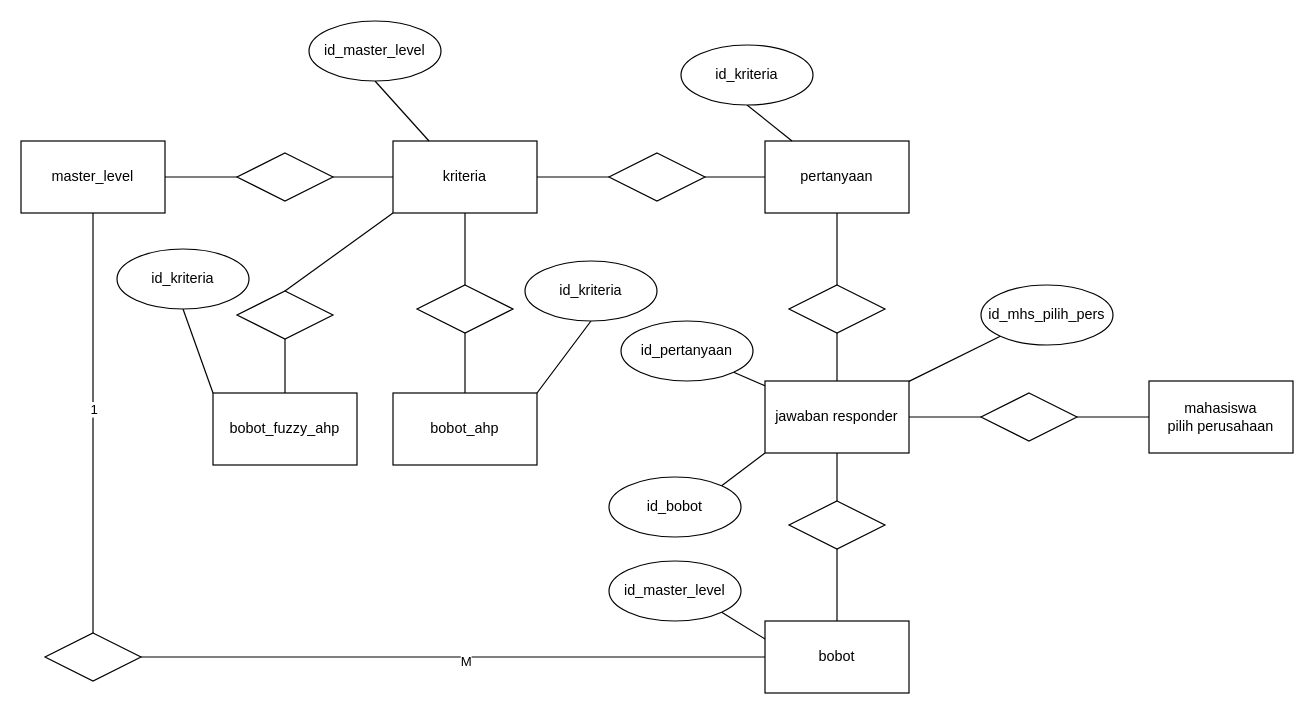
Earlier version of the draw.io diagram ERD Kuesioner Simprakerin.drawio (widiu7omo/si-prakerin). Source tidied: cells renumbered, new cells numbered last; positions are measured from the earlier drawing's top-left corner, leaving out a move shared by most shapes. Both pictures are drawn from the tidied source at 120%, with x=0, y=0 at pixel (20, 20).
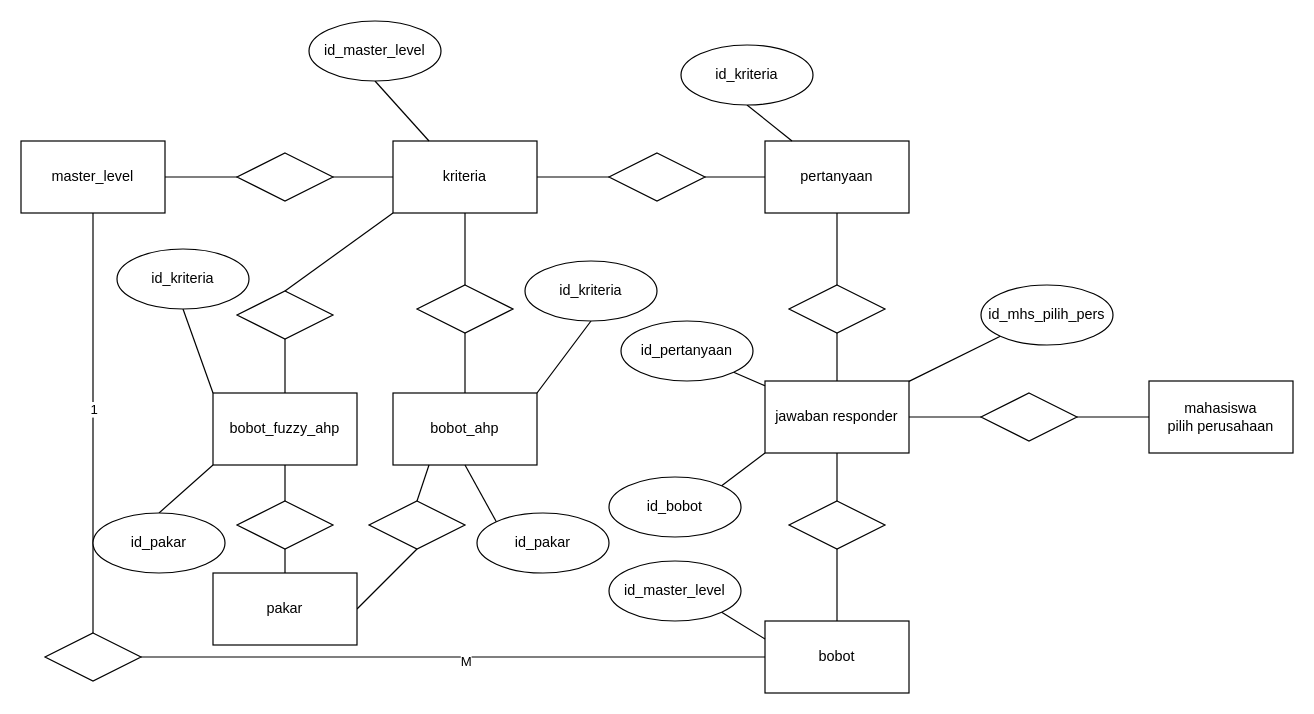
Above is the later version.

The change refers to these unchanged cells:
```xml
<mxCell id="35" value="bobot_ahp" style="rounded=0;whiteSpace=wrap;html=1;" parent="1" vertex="1">
  <mxGeometry x="310" y="310" width="120" height="60" as="geometry" />
</mxCell>
<mxCell id="39" value="bobot_fuzzy_ahp" style="rounded=0;whiteSpace=wrap;html=1;" parent="1" vertex="1">
  <mxGeometry x="160" y="310" width="120" height="60" as="geometry" />
</mxCell>
```

Change to the diagram source:
```diff
@@
+    <mxCell id="52" style="edgeStyle=none;rounded=0;jettySize=auto;html=1;exitX=1;exitY=0.5;exitDx=0;exitDy=0;entryX=0.5;entryY=1;entryDx=0;entryDy=0;endArrow=none;endFill=0;" parent="1" edge="1" source="53" target="62">
+      <mxGeometry relative="1" as="geometry" />
+    </mxCell>
+    <mxCell id="53" value="pakar" style="rounded=0;whiteSpace=wrap;html=1;" parent="1" vertex="1">
+      <mxGeometry x="160" y="460" width="120" height="60" as="geometry" />
+    </mxCell>
+    <mxCell id="54" style="edgeStyle=orthogonalEdgeStyle;rounded=0;jettySize=auto;html=1;endArrow=none;endFill=0;" parent="1" edge="1" source="56" target="39">
+      <mxGeometry relative="1" as="geometry" />
+    </mxCell>
+    <mxCell id="55" style="edgeStyle=orthogonalEdgeStyle;rounded=0;jettySize=auto;html=1;endArrow=none;endFill=0;" parent="1" edge="1" source="56" target="53">
+      <mxGeometry relative="1" as="geometry" />
+    </mxCell>
+    <mxCell id="56" style="rhombus;whiteSpace=wrap;html=1;" parent="1" vertex="1">
+      <mxGeometry x="180" y="400" width="80" height="40" as="geometry" />
+    </mxCell>
+    <mxCell id="57" style="rounded=0;jettySize=auto;html=1;exitX=0.5;exitY=0;exitDx=0;exitDy=0;entryX=0;entryY=1;entryDx=0;entryDy=0;endArrow=none;endFill=0;" parent="1" edge="1" source="58" target="39">
+      <mxGeometry relative="1" as="geometry" />
+    </mxCell>
+    <mxCell id="58" value="id_pakar" style="ellipse;whiteSpace=wrap;html=1;" parent="1" vertex="1">
+      <mxGeometry x="60" y="410" width="110" height="50" as="geometry" />
+    </mxCell>
+    <mxCell id="59" style="edgeStyle=none;rounded=0;jettySize=auto;html=1;exitX=0;exitY=0;exitDx=0;exitDy=0;entryX=0.5;entryY=1;entryDx=0;entryDy=0;endArrow=none;endFill=0;" parent="1" edge="1" source="60" target="35">
+      <mxGeometry relative="1" as="geometry" />
+    </mxCell>
+    <mxCell id="60" value="id_pakar" style="ellipse;whiteSpace=wrap;html=1;" parent="1" vertex="1">
+      <mxGeometry x="380" y="410" width="110" height="50" as="geometry" />
+    </mxCell>
+    <mxCell id="61" style="edgeStyle=none;rounded=0;jettySize=auto;html=1;exitX=0.5;exitY=0;exitDx=0;exitDy=0;entryX=0.25;entryY=1;entryDx=0;entryDy=0;endArrow=none;endFill=0;" parent="1" edge="1" source="62" target="35">
+      <mxGeometry relative="1" as="geometry" />
+    </mxCell>
+    <mxCell id="62" style="rhombus;whiteSpace=wrap;html=1;" parent="1" vertex="1">
+      <mxGeometry x="290" y="400" width="80" height="40" as="geometry" />
+    </mxCell>
```
